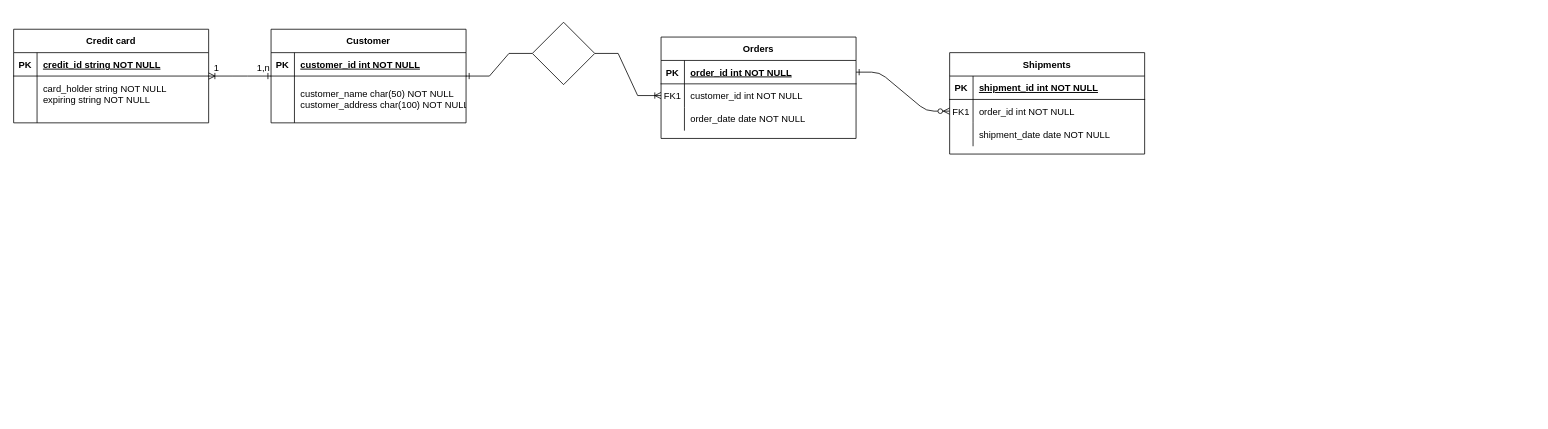
Before: ArtisansConsumers.drawio in josura/HCI, a draw.io diagram. Source tidied: cells renumbered, new cells numbered last; positions are measured from the earlier drawing's top-left corner, leaving out a move shared by most shapes. Both pictures are drawn from the tidied source at 78%, with x=0, y=0 at pixel (13, 22).
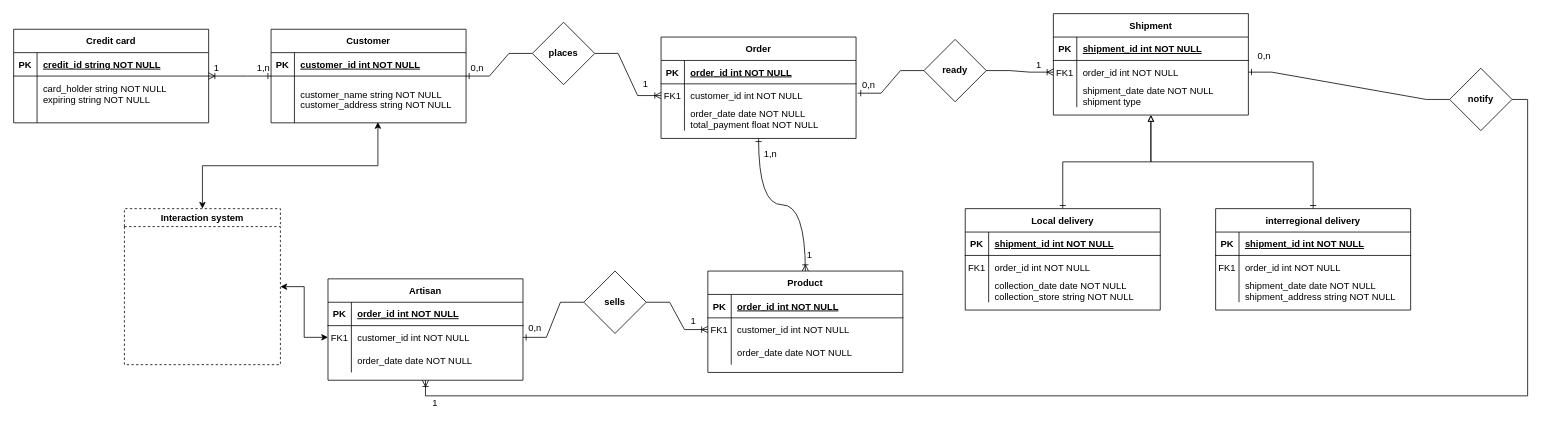
The same diagram, later.

The change refers to these unchanged cells:
```xml
<mxCell id="4" style="shape=partialRectangle;fillColor=none;points=[[0,0.5],[1,0.5]];portConstraint=eastwest;top=0;left=0;right=0;bottom=1;" parent="3" vertex="1">
  <mxGeometry y="30" width="250" height="30" as="geometry" />
</mxCell>
<mxCell id="10" style="shape=partialRectangle;fillColor=none;top=0;left=0;right=0;bottom=0;" parent="3" vertex="1">
  <mxGeometry y="90" width="250" height="30" as="geometry" />
</mxCell>
<mxCell id="17" style="shape=partialRectangle;fillColor=none;points=[[0,0.5],[1,0.5]];portConstraint=eastwest;top=0;left=0;right=0;bottom=0;" parent="13" vertex="1">
  <mxGeometry y="60" width="250" height="30" as="geometry" />
</mxCell>
<mxCell id="20" style="shape=partialRectangle;fillColor=none;top=0;left=0;right=0;bottom=0;" parent="13" vertex="1">
  <mxGeometry y="90" width="250" height="30" as="geometry" />
</mxCell>
<mxCell id="29" style="shape=partialRectangle;fillColor=none;points=[[0,0.5],[1,0.5]];portConstraint=eastwest;top=0;left=0;right=0;bottom=0;" parent="25" vertex="1">
  <mxGeometry y="60" width="250" height="60" as="geometry" />
</mxCell>
```

The edit, as a diff of the source:
```diff
@@
-    <mxCell id="2" style="edgeStyle=entityRelationEdgeStyle;endArrow=ERzeroToMany;startArrow=ERone;endFill=1;startFill=0;" parent="1" edge="1" source="4" target="17">
-      <mxGeometry relative="1" as="geometry" />
-    </mxCell>
+    <mxCell id="43" style="edgeStyle=orthogonalEdgeStyle;rounded=0;jettySize=auto;html=1;exitX=0.5;exitY=1;exitDx=0;exitDy=0;entryX=0.5;entryY=0;entryDx=0;entryDy=0;startArrow=ERone;startFill=0;endArrow=ERoneToMany;endFill=0;curved=1;" parent="1" edge="1" source="3" target="73">
+      <mxGeometry relative="1" as="geometry" />
+    </mxCell>
-    <mxCell id="3" value="Orders" style="shape=table;startSize=30;childLayout=tableLayout;rowLines=0;fontStyle=1;align=center;" parent="1" vertex="1">
+    <mxCell id="3" value="Order" style="shape=table;startSize=30;childLayout=tableLayout;rowLines=0;fontStyle=1;align=center;" parent="1" vertex="1">
       <mxGeometry x="830" y="19" width="250" height="130" as="geometry" />
     </mxCell>
@@
-    <mxCell id="12" value="order_date date NOT NULL" style="shape=partialRectangle;overflow=hidden;fillColor=none;top=0;left=0;bottom=0;right=0;align=left;spacingLeft=6;" parent="10" vertex="1">
+    <mxCell id="12" value="order_date date NOT NULL&#10;total_payment float NOT NULL" style="shape=partialRectangle;overflow=hidden;fillColor=none;top=0;left=0;bottom=0;right=0;align=left;spacingLeft=6;" parent="10" vertex="1">
       <mxGeometry x="30" width="220" height="30" as="geometry" />
     </mxCell>
-    <mxCell id="13" value="Shipments" style="shape=table;startSize=30;childLayout=tableLayout;rowLines=0;fontStyle=1;align=center;" parent="1" vertex="1">
-      <mxGeometry x="1200" y="39" width="250" height="130" as="geometry" />
+    <mxCell id="13" value="Shipment" style="shape=table;startSize=30;childLayout=tableLayout;rowLines=0;fontStyle=1;align=center;" parent="1" vertex="1">
+      <mxGeometry x="1333" y="-11" width="250" height="130" as="geometry" />
     </mxCell>
@@
-    <mxCell id="22" value="shipment_date date NOT NULL" style="shape=partialRectangle;overflow=hidden;fillColor=none;top=0;left=0;bottom=0;right=0;align=left;spacingLeft=6;" parent="20" vertex="1">
+    <mxCell id="22" value="shipment_date date NOT NULL&#10;shipment type" style="shape=partialRectangle;overflow=hidden;fillColor=none;top=0;left=0;bottom=0;right=0;align=left;spacingLeft=6;" parent="20" vertex="1">
       <mxGeometry x="30" width="220" height="30" as="geometry" />
     </mxCell>
@@
-    <mxCell id="31" value="customer_name char(50) NOT NULL&#10;customer_address char(100) NOT NULL" style="shape=partialRectangle;overflow=hidden;fillColor=none;top=0;left=0;bottom=0;right=0;align=left;spacingLeft=6;" parent="29" vertex="1">
+    <mxCell id="31" value="customer_name string NOT NULL&#10;customer_address string NOT NULL" style="shape=partialRectangle;overflow=hidden;fillColor=none;top=0;left=0;bottom=0;right=0;align=left;spacingLeft=6;" parent="29" vertex="1">
       <mxGeometry x="30" width="220" height="60" as="geometry" />
     </mxCell>
@@
-    <mxCell id="33" style="rhombus;whiteSpace=wrap;html=1;startSize=30;fontStyle=1;" parent="1" vertex="1">
+    <mxCell id="33" value="places" style="rhombus;whiteSpace=wrap;html=1;startSize=30;fontStyle=1;" parent="1" vertex="1">
       <mxGeometry x="665" width="80" height="80" as="geometry" />
     </mxCell>
@@
+    <mxCell id="44" style="edgeStyle=orthogonalEdgeStyle;rounded=0;jettySize=auto;html=1;exitX=0.5;exitY=0;exitDx=0;exitDy=0;entryX=0.5;entryY=1;entryDx=0;entryDy=0;startArrow=ERone;startFill=0;endArrow=block;endFill=0;" parent="1" edge="1" source="45" target="13">
+      <mxGeometry relative="1" as="geometry" />
+    </mxCell>
+    <mxCell id="45" value="Local delivery" style="shape=table;startSize=30;childLayout=tableLayout;rowLines=0;fontStyle=1;align=center;" parent="1" vertex="1">
+      <mxGeometry x="1220" y="239" width="250" height="130" as="geometry" />
+    </mxCell>
+    <mxCell id="46" style="shape=partialRectangle;fillColor=none;top=0;left=0;right=0;bottom=1;" parent="45" vertex="1">
+      <mxGeometry y="30" width="250" height="30" as="geometry" />
+    </mxCell>
+    <mxCell id="47" value="PK" style="shape=partialRectangle;overflow=hidden;fillColor=none;top=0;left=0;bottom=0;right=0;fontStyle=1;" parent="46" vertex="1">
+      <mxGeometry width="30" height="30" as="geometry" />
+    </mxCell>
+    <mxCell id="48" value="shipment_id int NOT NULL " style="shape=partialRectangle;overflow=hidden;fillColor=none;top=0;left=0;bottom=0;right=0;align=left;spacingLeft=6;fontStyle=5;" parent="46" vertex="1">
+      <mxGeometry x="30" width="220" height="30" as="geometry" />
+    </mxCell>
+    <mxCell id="49" style="shape=partialRectangle;fillColor=none;top=0;left=0;right=0;bottom=0;" parent="45" vertex="1">
+      <mxGeometry y="60" width="250" height="30" as="geometry" />
+    </mxCell>
+    <mxCell id="50" value="FK1" style="shape=partialRectangle;overflow=hidden;fillColor=none;top=0;left=0;bottom=0;right=0;" parent="49" vertex="1">
+      <mxGeometry width="30" height="30" as="geometry" />
+    </mxCell>
+    <mxCell id="51" value="order_id int NOT NULL" style="shape=partialRectangle;overflow=hidden;fillColor=none;top=0;left=0;bottom=0;right=0;align=left;spacingLeft=6;" parent="49" vertex="1">
+      <mxGeometry x="30" width="220" height="30" as="geometry" />
+    </mxCell>
+    <mxCell id="52" style="shape=partialRectangle;fillColor=none;top=0;left=0;right=0;bottom=0;" parent="45" vertex="1">
+      <mxGeometry y="90" width="250" height="30" as="geometry" />
+    </mxCell>
+    <mxCell id="53" style="shape=partialRectangle;overflow=hidden;fillColor=none;top=0;left=0;bottom=0;right=0;" parent="52" vertex="1">
+      <mxGeometry width="30" height="30" as="geometry" />
+    </mxCell>
+    <mxCell id="54" value="collection_date date NOT NULL&#10;collection_store string NOT NULL" style="shape=partialRectangle;overflow=hidden;fillColor=none;top=0;left=0;bottom=0;right=0;align=left;spacingLeft=6;" parent="52" vertex="1">
+      <mxGeometry x="30" width="220" height="30" as="geometry" />
+    </mxCell>
+    <mxCell id="55" value="interregional delivery" style="shape=table;startSize=30;childLayout=tableLayout;rowLines=0;fontStyle=1;align=center;" parent="1" vertex="1">
+      <mxGeometry x="1541" y="239" width="250" height="130" as="geometry" />
+    </mxCell>
+    <mxCell id="56" style="shape=partialRectangle;fillColor=none;top=0;left=0;right=0;bottom=1;" parent="55" vertex="1">
+      <mxGeometry y="30" width="250" height="30" as="geometry" />
+    </mxCell>
+    <mxCell id="57" value="PK" style="shape=partialRectangle;overflow=hidden;fillColor=none;top=0;left=0;bottom=0;right=0;fontStyle=1;" parent="56" vertex="1">
+      <mxGeometry width="30" height="30" as="geometry" />
+    </mxCell>
+    <mxCell id="58" value="shipment_id int NOT NULL " style="shape=partialRectangle;overflow=hidden;fillColor=none;top=0;left=0;bottom=0;right=0;align=left;spacingLeft=6;fontStyle=5;" parent="56" vertex="1">
+      <mxGeometry x="30" width="220" height="30" as="geometry" />
+    </mxCell>
+    <mxCell id="59" style="shape=partialRectangle;fillColor=none;top=0;left=0;right=0;bottom=0;" parent="55" vertex="1">
+      <mxGeometry y="60" width="250" height="30" as="geometry" />
+    </mxCell>
+    <mxCell id="60" value="FK1" style="shape=partialRectangle;overflow=hidden;fillColor=none;top=0;left=0;bottom=0;right=0;" parent="59" vertex="1">
+      <mxGeometry width="30" height="30" as="geometry" />
+    </mxCell>
+    <mxCell id="61" value="order_id int NOT NULL" style="shape=partialRectangle;overflow=hidden;fillColor=none;top=0;left=0;bottom=0;right=0;align=left;spacingLeft=6;" parent="59" vertex="1">
+      <mxGeometry x="30" width="220" height="30" as="geometry" />
+    </mxCell>
+    <mxCell id="62" style="shape=partialRectangle;fillColor=none;top=0;left=0;right=0;bottom=0;" parent="55" vertex="1">
+      <mxGeometry y="90" width="250" height="30" as="geometry" />
+    </mxCell>
+    <mxCell id="63" style="shape=partialRectangle;overflow=hidden;fillColor=none;top=0;left=0;bottom=0;right=0;" parent="62" vertex="1">
+      <mxGeometry width="30" height="30" as="geometry" />
+    </mxCell>
+    <mxCell id="64" value="shipment_date date NOT NULL&#10;shipment_address string NOT NULL" style="shape=partialRectangle;overflow=hidden;fillColor=none;top=0;left=0;bottom=0;right=0;align=left;spacingLeft=6;" parent="62" vertex="1">
+      <mxGeometry x="30" width="220" height="30" as="geometry" />
+    </mxCell>
+    <mxCell id="65" style="edgeStyle=orthogonalEdgeStyle;rounded=0;jettySize=auto;html=1;exitX=0.5;exitY=0;exitDx=0;exitDy=0;entryX=0.5;entryY=1;entryDx=0;entryDy=0;startArrow=ERone;startFill=0;endArrow=block;endFill=0;" parent="1" edge="1" source="55" target="13">
+      <mxGeometry relative="1" as="geometry" />
+    </mxCell>
+    <mxCell id="66" value="0,n" style="text;html=1;align=center;verticalAlign=middle;strokeColor=none;fillColor=none;" parent="1" vertex="1">
+      <mxGeometry x="574" y="44" width="40" height="30" as="geometry" />
+    </mxCell>
+    <mxCell id="67" value="1" style="text;html=1;align=center;verticalAlign=middle;strokeColor=none;fillColor=none;" parent="1" vertex="1">
+      <mxGeometry x="795" y="64" width="30" height="30" as="geometry" />
+    </mxCell>
+    <mxCell id="68" style="edgeStyle=entityRelationEdgeStyle;rounded=0;jettySize=auto;html=1;endArrow=none;endFill=0;startArrow=ERone;startFill=0;" parent="1" edge="1" target="70">
+      <mxGeometry relative="1" as="geometry">
+        <mxPoint x="1082" y="91" as="sourcePoint" />
+      </mxGeometry>
+    </mxCell>
+    <mxCell id="69" style="edgeStyle=entityRelationEdgeStyle;rounded=0;jettySize=auto;html=1;exitX=1;exitY=0.5;exitDx=0;exitDy=0;entryX=0;entryY=0.5;entryDx=0;entryDy=0;endArrow=ERoneToMany;endFill=0;" parent="1" edge="1" source="70" target="17">
+      <mxGeometry relative="1" as="geometry" />
+    </mxCell>
+    <mxCell id="70" value="ready" style="rhombus;whiteSpace=wrap;html=1;startSize=30;fontStyle=1;" parent="1" vertex="1">
+      <mxGeometry x="1167" y="22" width="80" height="80" as="geometry" />
+    </mxCell>
+    <mxCell id="71" value="0,n" style="text;html=1;align=center;verticalAlign=middle;strokeColor=none;fillColor=none;" parent="1" vertex="1">
+      <mxGeometry x="1076" y="66" width="40" height="30" as="geometry" />
+    </mxCell>
+    <mxCell id="72" value="1" style="text;html=1;align=center;verticalAlign=middle;strokeColor=none;fillColor=none;" parent="1" vertex="1">
+      <mxGeometry x="1299" y="40" width="30" height="30" as="geometry" />
+    </mxCell>
+    <mxCell id="73" value="Product" style="shape=table;startSize=30;childLayout=tableLayout;rowLines=0;fontStyle=1;align=center;" parent="1" vertex="1">
+      <mxGeometry x="890" y="319" width="250" height="130" as="geometry" />
+    </mxCell>
+    <mxCell id="74" style="shape=partialRectangle;fillColor=none;top=0;left=0;right=0;bottom=1;" parent="73" vertex="1">
+      <mxGeometry y="30" width="250" height="30" as="geometry" />
+    </mxCell>
+    <mxCell id="75" value="PK" style="shape=partialRectangle;overflow=hidden;fillColor=none;top=0;left=0;bottom=0;right=0;fontStyle=1;" parent="74" vertex="1">
+      <mxGeometry width="30" height="30" as="geometry" />
+    </mxCell>
+    <mxCell id="76" value="order_id int NOT NULL " style="shape=partialRectangle;overflow=hidden;fillColor=none;top=0;left=0;bottom=0;right=0;align=left;spacingLeft=6;fontStyle=5;" parent="74" vertex="1">
+      <mxGeometry x="30" width="220" height="30" as="geometry" />
+    </mxCell>
+    <mxCell id="77" style="shape=partialRectangle;fillColor=none;points=[[0,0.5],[1,0.5]];portConstraint=eastwest;top=0;left=0;right=0;bottom=0;" parent="73" vertex="1">
+      <mxGeometry y="60" width="250" height="30" as="geometry" />
+    </mxCell>
+    <mxCell id="78" value="FK1" style="shape=partialRectangle;overflow=hidden;fillColor=none;top=0;left=0;bottom=0;right=0;" parent="77" vertex="1">
+      <mxGeometry width="30" height="30" as="geometry" />
+    </mxCell>
+    <mxCell id="79" value="customer_id int NOT NULL" style="shape=partialRectangle;overflow=hidden;fillColor=none;top=0;left=0;bottom=0;right=0;align=left;spacingLeft=6;" parent="77" vertex="1">
+      <mxGeometry x="30" width="220" height="30" as="geometry" />
+    </mxCell>
+    <mxCell id="80" style="shape=partialRectangle;fillColor=none;top=0;left=0;right=0;bottom=0;" parent="73" vertex="1">
+      <mxGeometry y="90" width="250" height="30" as="geometry" />
+    </mxCell>
+    <mxCell id="81" style="shape=partialRectangle;overflow=hidden;fillColor=none;top=0;left=0;bottom=0;right=0;" parent="80" vertex="1">
+      <mxGeometry width="30" height="30" as="geometry" />
+    </mxCell>
+    <mxCell id="82" value="order_date date NOT NULL" style="shape=partialRectangle;overflow=hidden;fillColor=none;top=0;left=0;bottom=0;right=0;align=left;spacingLeft=6;" parent="80" vertex="1">
+      <mxGeometry x="30" width="220" height="30" as="geometry" />
+    </mxCell>
+    <mxCell id="83" value="Artisan" style="shape=table;startSize=30;childLayout=tableLayout;rowLines=0;fontStyle=1;align=center;" parent="1" vertex="1">
+      <mxGeometry x="403" y="329" width="250" height="130" as="geometry" />
+    </mxCell>
+    <mxCell id="84" style="shape=partialRectangle;fillColor=none;top=0;left=0;right=0;bottom=1;" parent="83" vertex="1">
+      <mxGeometry y="30" width="250" height="30" as="geometry" />
+    </mxCell>
+    <mxCell id="85" value="PK" style="shape=partialRectangle;overflow=hidden;fillColor=none;top=0;left=0;bottom=0;right=0;fontStyle=1;" parent="84" vertex="1">
+      <mxGeometry width="30" height="30" as="geometry" />
+    </mxCell>
+    <mxCell id="86" value="order_id int NOT NULL " style="shape=partialRectangle;overflow=hidden;fillColor=none;top=0;left=0;bottom=0;right=0;align=left;spacingLeft=6;fontStyle=5;" parent="84" vertex="1">
+      <mxGeometry x="30" width="220" height="30" as="geometry" />
+    </mxCell>
+    <mxCell id="87" style="shape=partialRectangle;fillColor=none;points=[[0,0.5],[1,0.5]];portConstraint=eastwest;top=0;left=0;right=0;bottom=0;" parent="83" vertex="1">
+      <mxGeometry y="60" width="250" height="30" as="geometry" />
+    </mxCell>
+    <mxCell id="88" value="FK1" style="shape=partialRectangle;overflow=hidden;fillColor=none;top=0;left=0;bottom=0;right=0;" parent="87" vertex="1">
+      <mxGeometry width="30" height="30" as="geometry" />
+    </mxCell>
+    <mxCell id="89" value="customer_id int NOT NULL" style="shape=partialRectangle;overflow=hidden;fillColor=none;top=0;left=0;bottom=0;right=0;align=left;spacingLeft=6;" parent="87" vertex="1">
+      <mxGeometry x="30" width="220" height="30" as="geometry" />
+    </mxCell>
+    <mxCell id="90" style="shape=partialRectangle;fillColor=none;top=0;left=0;right=0;bottom=0;" parent="83" vertex="1">
+      <mxGeometry y="90" width="250" height="30" as="geometry" />
+    </mxCell>
+    <mxCell id="91" style="shape=partialRectangle;overflow=hidden;fillColor=none;top=0;left=0;bottom=0;right=0;" parent="90" vertex="1">
+      <mxGeometry width="30" height="30" as="geometry" />
+    </mxCell>
+    <mxCell id="92" value="order_date date NOT NULL" style="shape=partialRectangle;overflow=hidden;fillColor=none;top=0;left=0;bottom=0;right=0;align=left;spacingLeft=6;" parent="90" vertex="1">
+      <mxGeometry x="30" width="220" height="30" as="geometry" />
+    </mxCell>
+    <mxCell id="93" style="edgeStyle=orthogonalEdgeStyle;rounded=0;jettySize=auto;html=1;exitX=0.5;exitY=0;exitDx=0;exitDy=0;entryX=0.548;entryY=0.983;entryDx=0;entryDy=0;entryPerimeter=0;startArrow=classic;startFill=1;endArrow=classic;endFill=1;" parent="1" edge="1" source="94" target="29">
+      <mxGeometry relative="1" as="geometry" />
+    </mxCell>
+    <mxCell id="94" value="Interaction system" style="swimlane;whiteSpace=wrap;html=1;dashed=1;" parent="1" vertex="1">
+      <mxGeometry x="142" y="239" width="200" height="200" as="geometry" />
+    </mxCell>
+    <mxCell id="95" style="edgeStyle=orthogonalEdgeStyle;rounded=0;jettySize=auto;html=1;exitX=0;exitY=0.5;exitDx=0;exitDy=0;entryX=1;entryY=0.5;entryDx=0;entryDy=0;startArrow=classic;startFill=1;endArrow=classic;endFill=1;" parent="1" edge="1" source="87" target="94">
+      <mxGeometry relative="1" as="geometry" />
+    </mxCell>
+    <mxCell id="96" style="edgeStyle=entityRelationEdgeStyle;rounded=0;jettySize=auto;html=1;endArrow=none;endFill=0;startArrow=ERone;startFill=0;exitX=1;exitY=0.5;exitDx=0;exitDy=0;" parent="1" edge="1" source="87" target="98">
+      <mxGeometry relative="1" as="geometry" />
+    </mxCell>
+    <mxCell id="97" style="edgeStyle=entityRelationEdgeStyle;rounded=0;jettySize=auto;html=1;exitX=1;exitY=0.5;exitDx=0;exitDy=0;endArrow=ERoneToMany;endFill=0;entryX=0;entryY=0.5;entryDx=0;entryDy=0;" parent="1" edge="1" source="98" target="77">
+      <mxGeometry relative="1" as="geometry" />
+    </mxCell>
+    <mxCell id="98" value="sells" style="rhombus;whiteSpace=wrap;html=1;startSize=30;fontStyle=1;" parent="1" vertex="1">
+      <mxGeometry x="731" y="319" width="80" height="80" as="geometry" />
+    </mxCell>
+    <mxCell id="99" value="0,n" style="text;html=1;align=center;verticalAlign=middle;strokeColor=none;fillColor=none;" parent="1" vertex="1">
+      <mxGeometry x="648" y="377" width="40" height="30" as="geometry" />
+    </mxCell>
+    <mxCell id="100" value="1" style="text;html=1;align=center;verticalAlign=middle;strokeColor=none;fillColor=none;" parent="1" vertex="1">
+      <mxGeometry x="856" y="369" width="30" height="30" as="geometry" />
+    </mxCell>
+    <mxCell id="101" value="1,n" style="text;html=1;align=center;verticalAlign=middle;strokeColor=none;fillColor=none;" parent="1" vertex="1">
+      <mxGeometry x="950" y="154" width="40" height="30" as="geometry" />
+    </mxCell>
+    <mxCell id="102" value="1" style="text;html=1;align=center;verticalAlign=middle;strokeColor=none;fillColor=none;" parent="1" vertex="1">
+      <mxGeometry x="1005" y="284" width="30" height="30" as="geometry" />
+    </mxCell>
+    <mxCell id="103" style="edgeStyle=entityRelationEdgeStyle;rounded=0;jettySize=auto;html=1;endArrow=none;endFill=0;startArrow=ERone;startFill=0;exitX=1;exitY=0.5;exitDx=0;exitDy=0;" parent="1" edge="1" source="17" target="105">
+      <mxGeometry relative="1" as="geometry" />
+    </mxCell>
+    <mxCell id="104" style="edgeStyle=orthogonalEdgeStyle;rounded=0;jettySize=auto;html=1;exitX=1;exitY=0.5;exitDx=0;exitDy=0;endArrow=ERoneToMany;endFill=0;entryX=0.5;entryY=1;entryDx=0;entryDy=0;" parent="1" edge="1" source="105" target="83">
+      <mxGeometry relative="1" as="geometry" />
+    </mxCell>
+    <mxCell id="105" value="notify" style="rhombus;whiteSpace=wrap;html=1;startSize=30;fontStyle=1;" parent="1" vertex="1">
+      <mxGeometry x="1841" y="59" width="80" height="80" as="geometry" />
+    </mxCell>
+    <mxCell id="106" value="0,n" style="text;html=1;align=center;verticalAlign=middle;strokeColor=none;fillColor=none;" parent="1" vertex="1">
+      <mxGeometry x="1583" y="29" width="40" height="30" as="geometry" />
+    </mxCell>
+    <mxCell id="107" value="1" style="text;html=1;align=center;verticalAlign=middle;strokeColor=none;fillColor=none;" parent="1" vertex="1">
+      <mxGeometry x="525" y="474" width="30" height="30" as="geometry" />
+    </mxCell>
```
